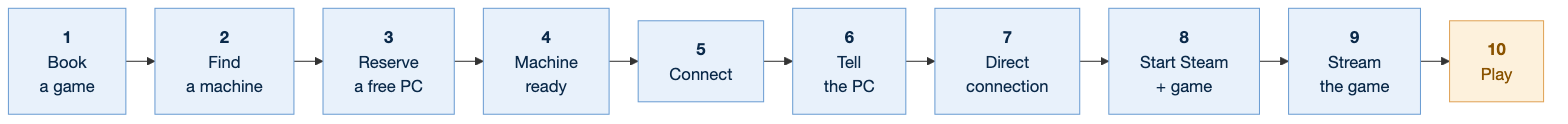
Earlier version of the Mermaid export docs/diagrams/workflow.png (tomnotthomas/distributed_gaming). Its source is kept beside it as docs/diagrams/workflow.mmd.
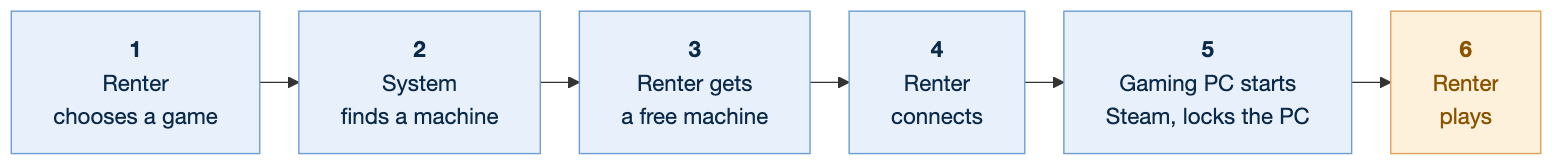
After the commit.

Commit message:
docs(system-design): cut the workflow to six plain steps

Diff of the diagram source:
```diff
@@ -15,9 +15,9 @@
     svg, text, span, p, div { font-family: "Helvetica Neue", Helvetica, Arial, sans-serif !important; }
 ---
 flowchart LR
-  S1["<b>1</b><br/>Book<br/>a game"] --> S2["<b>2</b><br/>Find<br/>a machine"] --> S3["<b>3</b><br/>Reserve<br/>a free PC"] --> S4["<b>4</b><br/>Machine<br/>ready"] --> S5["<b>5</b><br/>Connect"] --> S6["<b>6</b><br/>Tell<br/>the PC"] --> S7["<b>7</b><br/>Direct<br/>connection"] --> S8["<b>8</b><br/>Start Steam<br/>+ game"] --> S9["<b>9</b><br/>Stream<br/>the game"] --> S10["<b>10</b><br/>Play"]
+  S1["<b>1</b><br/>Renter<br/>chooses a game"] --> S2["<b>2</b><br/>System<br/>finds a machine"] --> S3["<b>3</b><br/>Renter gets<br/>a free machine"] --> S4["<b>4</b><br/>Renter<br/>connects"] --> S5["<b>5</b><br/>Gaming PC starts<br/>Steam, locks the PC"] --> S6["<b>6</b><br/>Renter<br/>plays"]
 
   classDef step fill:#e8f1fb,stroke:#6d9ed3,color:#0b2a4a
   classDef done fill:#fdf1dc,stroke:#e0a458,color:#8a5300
-  class S1,S2,S3,S4,S5,S6,S7,S8,S9 step
-  class S10 done
+  class S1,S2,S3,S4,S5 step
+  class S6 done
```
